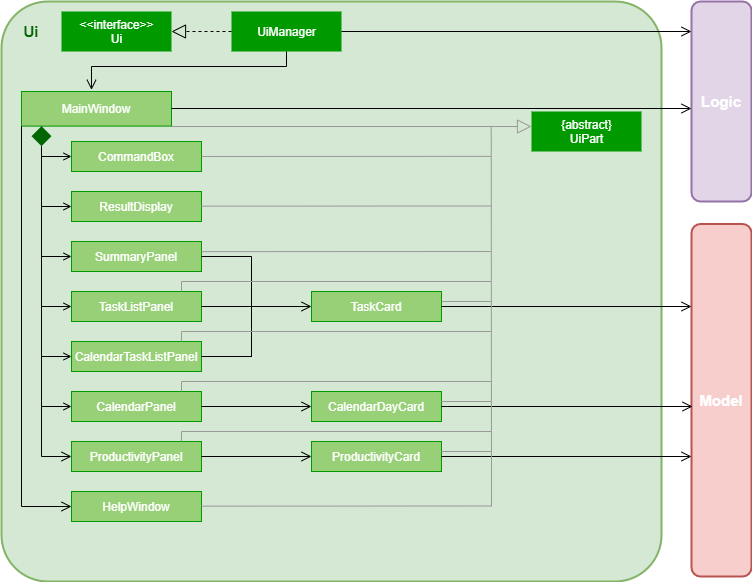
Before: images/UiClassDiagram.png, a diagram exported from draw.io (AY1920S2-CS2103-F09-2/main). Source tidied: cells renumbered, new cells last; positions are measured from the earlier drawing's top-left corner, leaving out a move shared by most shapes.
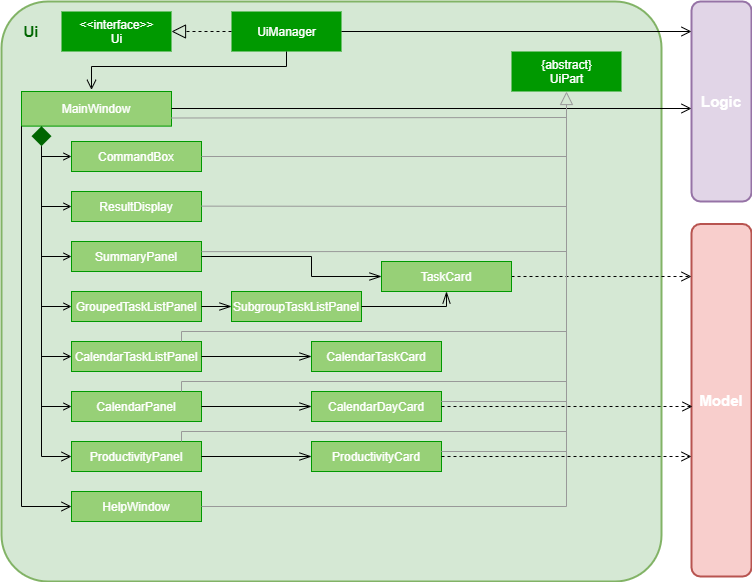
After the change.

The edit, as a diff of the source:
```diff
@@ -102,7 +102,7 @@
     <mxCell id="31" style="rounded=0;whiteSpace=wrap;html=1;strokeWidth=1;fillColor=#97D077;strokeColor=#009900;" parent="30" vertex="1">
       <mxGeometry width="130" height="30" as="geometry" />
     </mxCell>
-    <mxCell id="32" value="&lt;font color=&quot;#ffffff&quot;&gt;TaskListPanel&lt;/font&gt;&lt;span style=&quot;color: rgba(0 , 0 , 0 , 0) ; font-family: monospace ; font-size: 0px ; white-space: nowrap&quot;&gt;%3CmxGraphModel%3E%3Croot%3E%3CmxCell%20id%3D%220%22%2F%3E%3CmxCell%20id%3D%221%22%20parent%3D%220%22%2F%3E%3CmxCell%20id%3D%222%22%20value%3D%22%22%20style%3D%22group%22%20vertex%3D%221%22%20connectable%3D%220%22%20parent%3D%221%22%3E%3CmxGeometry%20x%3D%22160%22%20y%3D%22210%22%20width%3D%22130%22%20height%3D%2230%22%20as%3D%22geometry%22%2F%3E%3C%2FmxCell%3E%3CmxCell%20id%3D%223%22%20value%3D%22%22%20style%3D%22rounded%3D0%3BwhiteSpace%3Dwrap%3Bhtml%3D1%3BstrokeWidth%3D1%3BfillColor%3D%2397D077%3BstrokeColor%3D%23009900%3B%22%20vertex%3D%221%22%20parent%3D%222%22%3E%3CmxGeometry%20width%3D%22130%22%20height%3D%2230%22%20as%3D%22geometry%22%2F%3E%3C%2FmxCell%3E%3CmxCell%20id%3D%224%22%20value%3D%22%26lt%3Bfont%20color%3D%26quot%3B%23ffffff%26quot%3B%26gt%3BCommand%20Box%26lt%3B%2Ffont%26gt%3B%22%20style%3D%22text%3Bhtml%3D1%3BstrokeColor%3Dnone%3BfillColor%3Dnone%3Balign%3Dcenter%3BverticalAlign%3Dmiddle%3BwhiteSpace%3Dwrap%3Brounded%3D0%3B%22%20vertex%3D%221%22%20parent%3D%222%22%3E%3CmxGeometry%20x%3D%2210%22%20y%3D%225%22%20width%3D%22110%22%20height%3D%2220%22%20as%3D%22geometry%22%2F%3E%3C%2FmxCell%3E%3C%2Froot%3E%3C%2FmxGraphModel%3E&lt;/span&gt;" style="text;html=1;strokeColor=none;fillColor=none;align=center;verticalAlign=middle;whiteSpace=wrap;rounded=0;" parent="30" vertex="1">
+    <mxCell id="32" value="&lt;font color=&quot;#ffffff&quot;&gt;GroupedTaskListPanel&lt;/font&gt;&lt;span style=&quot;color: rgba(0 , 0 , 0 , 0) ; font-family: monospace ; font-size: 0px ; white-space: nowrap&quot;&gt;%3CmxGraphModel%3E%3Croot%3E%3CmxCell%20id%3D%220%22%2F%3E%3CmxCell%20id%3D%221%22%20parent%3D%220%22%2F%3E%3CmxCell%20id%3D%222%22%20value%3D%22%22%20style%3D%22group%22%20vertex%3D%221%22%20connectable%3D%220%22%20parent%3D%221%22%3E%3CmxGeometry%20x%3D%22160%22%20y%3D%22210%22%20width%3D%22130%22%20height%3D%2230%22%20as%3D%22geometry%22%2F%3E%3C%2FmxCell%3E%3CmxCell%20id%3D%223%22%20value%3D%22%22%20style%3D%22rounded%3D0%3BwhiteSpace%3Dwrap%3Bhtml%3D1%3BstrokeWidth%3D1%3BfillColor%3D%2397D077%3BstrokeColor%3D%23009900%3B%22%20vertex%3D%221%22%20parent%3D%222%22%3E%3CmxGeometry%20width%3D%22130%22%20height%3D%2230%22%20as%3D%22geometry%22%2F%3E%3C%2FmxCell%3E%3CmxCell%20id%3D%224%22%20value%3D%22%26lt%3Bfont%20color%3D%26quot%3B%23ffffff%26quot%3B%26gt%3BCommand%20Box%26lt%3B%2Ffont%26gt%3B%22%20style%3D%22text%3Bhtml%3D1%3BstrokeColor%3Dnone%3BfillColor%3Dnone%3Balign%3Dcenter%3BverticalAlign%3Dmiddle%3BwhiteSpace%3Dwrap%3Brounded%3D0%3B%22%20vertex%3D%221%22%20parent%3D%222%22%3E%3CmxGeometry%20x%3D%2210%22%20y%3D%225%22%20width%3D%22110%22%20height%3D%2220%22%20as%3D%22geometry%22%2F%3E%3C%2FmxCell%3E%3C%2Froot%3E%3C%2FmxGraphModel%3E&lt;/span&gt;" style="text;html=1;strokeColor=none;fillColor=none;align=center;verticalAlign=middle;whiteSpace=wrap;rounded=0;" parent="30" vertex="1">
       <mxGeometry x="10" y="5" width="110" height="20" as="geometry" />
     </mxCell>
     <mxCell id="33" style="group;" parent="1" vertex="1">
@@ -192,15 +192,6 @@
         <mxPoint x="40" y="405" as="sourcePoint" />
       </mxGeometry>
     </mxCell>
-    <mxCell id="55" style="group;" parent="1" vertex="1">
-      <mxGeometry x="310" y="290" width="130" height="30" as="geometry" />
-    </mxCell>
-    <mxCell id="56" style="rounded=0;whiteSpace=wrap;html=1;strokeWidth=1;fillColor=#97D077;strokeColor=#009900;" parent="55" vertex="1">
-      <mxGeometry width="130" height="30" as="geometry" />
-    </mxCell>
-    <mxCell id="57" value="&lt;font color=&quot;#ffffff&quot;&gt;TaskCard&lt;/font&gt;" style="text;html=1;strokeColor=none;fillColor=none;align=center;verticalAlign=middle;whiteSpace=wrap;rounded=0;" parent="55" vertex="1">
-      <mxGeometry x="10" y="5" width="110" height="20" as="geometry" />
-    </mxCell>
     <mxCell id="58" style="group;" parent="1" vertex="1">
       <mxGeometry x="310" y="390" width="130" height="30" as="geometry" />
     </mxCell>
@@ -219,45 +210,21 @@
     <mxCell id="63" value="&lt;font color=&quot;#ffffff&quot;&gt;ProductivityCard&lt;/font&gt;" style="text;html=1;strokeColor=none;fillColor=none;align=center;verticalAlign=middle;whiteSpace=wrap;rounded=0;" parent="61" vertex="1">
       <mxGeometry x="10" y="5" width="110" height="20" as="geometry" />
     </mxCell>
-    <mxCell id="64" style="edgeStyle=orthogonalEdgeStyle;rounded=0;jettySize=auto;html=1;exitX=1;exitY=0.5;exitDx=0;exitDy=0;endArrow=open;endFill=0;endSize=8;entryX=0;entryY=0.5;entryDx=0;entryDy=0;" parent="1" edge="1" source="28" target="56">
-      <mxGeometry relative="1" as="geometry">
-        <Array as="points">
-          <mxPoint x="250" y="255" />
-          <mxPoint x="250" y="305" />
-        </Array>
-      </mxGeometry>
-    </mxCell>
-    <mxCell id="65" style="endArrow=none;html=1;exitX=1;exitY=0.5;exitDx=0;exitDy=0;" parent="1" edge="1" source="34">
-      <mxGeometry relative="1" as="geometry">
-        <mxPoint x="250" y="355" as="targetPoint" />
-      </mxGeometry>
-    </mxCell>
-    <mxCell id="66" style="endArrow=none;html=1;" parent="1" edge="1">
-      <mxGeometry relative="1" as="geometry">
-        <mxPoint x="250" y="355.5" as="sourcePoint" />
-        <mxPoint x="250" y="300" as="targetPoint" />
-      </mxGeometry>
-    </mxCell>
-    <mxCell id="67" style="endArrow=none;html=1;exitX=1;exitY=0.5;exitDx=0;exitDy=0;" parent="1" edge="1" source="31">
-      <mxGeometry relative="1" as="geometry">
-        <mxPoint x="250" y="305" as="targetPoint" />
-      </mxGeometry>
-    </mxCell>
-    <mxCell id="68" style="edgeStyle=orthogonalEdgeStyle;rounded=0;jettySize=auto;html=1;exitX=1;exitY=0.5;exitDx=0;exitDy=0;entryX=0;entryY=0.5;entryDx=0;entryDy=0;endArrow=open;endFill=0;endSize=8;" parent="1" edge="1" source="37" target="59">
+    <mxCell id="68" style="edgeStyle=orthogonalEdgeStyle;rounded=0;jettySize=auto;html=1;exitX=1;exitY=0.5;exitDx=0;exitDy=0;entryX=0;entryY=0.5;entryDx=0;entryDy=0;endArrow=openThin;endFill=0;endSize=10;" parent="1" edge="1" source="37" target="59">
       <mxGeometry relative="1" as="geometry" />
     </mxCell>
-    <mxCell id="69" style="edgeStyle=orthogonalEdgeStyle;rounded=0;jettySize=auto;html=1;exitX=1;exitY=0.5;exitDx=0;exitDy=0;entryX=0;entryY=0.5;entryDx=0;entryDy=0;endArrow=open;endFill=0;endSize=8;" parent="1" edge="1" source="40" target="62">
+    <mxCell id="69" style="edgeStyle=orthogonalEdgeStyle;rounded=0;jettySize=auto;html=1;exitX=1;exitY=0.5;exitDx=0;exitDy=0;entryX=0;entryY=0.5;entryDx=0;entryDy=0;endArrow=openThin;endFill=0;endSize=10;" parent="1" edge="1" source="40" target="62">
       <mxGeometry relative="1" as="geometry" />
     </mxCell>
-    <mxCell id="70" style="edgeStyle=orthogonalEdgeStyle;rounded=0;jettySize=auto;html=1;exitX=1;exitY=0.5;exitDx=0;exitDy=0;endArrow=open;endFill=0;endSize=8;" parent="1" edge="1" source="56">
+    <mxCell id="70" style="edgeStyle=orthogonalEdgeStyle;rounded=0;jettySize=auto;html=1;exitX=1;exitY=0.5;exitDx=0;exitDy=0;endArrow=open;endFill=0;endSize=8;dashed=1;" parent="1" edge="1" source="56">
       <mxGeometry relative="1" as="geometry">
-        <mxPoint x="690" y="305" as="targetPoint" />
+        <mxPoint x="690" y="275" as="targetPoint" />
         <Array as="points">
-          <mxPoint x="690" y="305" />
+          <mxPoint x="690" y="275" />
         </Array>
       </mxGeometry>
     </mxCell>
-    <mxCell id="71" style="edgeStyle=orthogonalEdgeStyle;rounded=0;jettySize=auto;html=1;exitX=1;exitY=0.5;exitDx=0;exitDy=0;endArrow=open;endFill=0;endSize=8;" parent="1" edge="1" source="59">
+    <mxCell id="71" style="edgeStyle=orthogonalEdgeStyle;rounded=0;jettySize=auto;html=1;exitX=1;exitY=0.5;exitDx=0;exitDy=0;endArrow=open;endFill=0;endSize=8;dashed=1;" parent="1" edge="1" source="59">
       <mxGeometry relative="1" as="geometry">
         <mxPoint x="691" y="405" as="targetPoint" />
         <Array as="points">
@@ -265,7 +232,7 @@
         </Array>
       </mxGeometry>
     </mxCell>
-    <mxCell id="72" style="edgeStyle=orthogonalEdgeStyle;rounded=0;jettySize=auto;html=1;exitX=1;exitY=0.5;exitDx=0;exitDy=0;endArrow=open;endFill=0;endSize=8;" parent="1" edge="1" source="62">
+    <mxCell id="72" style="edgeStyle=orthogonalEdgeStyle;rounded=0;jettySize=auto;html=1;exitX=1;exitY=0.5;exitDx=0;exitDy=0;endArrow=open;endFill=0;endSize=8;dashed=1;" parent="1" edge="1" source="62">
       <mxGeometry relative="1" as="geometry">
         <mxPoint x="690" y="455" as="targetPoint" />
         <Array as="points">
@@ -274,7 +241,7 @@
       </mxGeometry>
     </mxCell>
     <mxCell id="73" style="group;" parent="1" vertex="1">
-      <mxGeometry x="530" y="110" width="120" height="40" as="geometry" />
+      <mxGeometry x="510" y="50" width="120" height="40" as="geometry" />
     </mxCell>
     <mxCell id="74" style="rounded=0;whiteSpace=wrap;html=1;strokeWidth=2;strokeColor=none;fillColor=#009900;" parent="73" vertex="1">
       <mxGeometry width="110" height="40" as="geometry" />
@@ -282,57 +249,42 @@
     <mxCell id="75" value="&lt;font color=&quot;#ffffff&quot;&gt;{abstract}&lt;br&gt;UiPart&lt;/font&gt;" style="text;html=1;strokeColor=none;fillColor=none;align=center;verticalAlign=middle;whiteSpace=wrap;rounded=0;" parent="73" vertex="1">
       <mxGeometry x="12.5" y="10" width="85" height="20" as="geometry" />
     </mxCell>
-    <mxCell id="76" style="edgeStyle=orthogonalEdgeStyle;rounded=0;jettySize=auto;html=1;exitX=1;exitY=1;exitDx=0;exitDy=0;endArrow=block;endFill=0;endSize=12;strokeColor=#999999;" parent="1" edge="1" source="19">
-      <mxGeometry relative="1" as="geometry">
-        <mxPoint x="530" y="125" as="targetPoint" />
-        <Array as="points">
-          <mxPoint x="530" y="125" />
-        </Array>
-      </mxGeometry>
-    </mxCell>
-    <mxCell id="77" style="endArrow=none;html=1;exitX=1;exitY=0.5;exitDx=0;exitDy=0;entryX=0.742;entryY=0.267;entryDx=0;entryDy=0;entryPerimeter=0;strokeColor=#999999;" parent="1" edge="1" source="22" target="2">
-      <mxGeometry relative="1" as="geometry" />
+    <mxCell id="77" style="endArrow=none;html=1;exitX=1;exitY=0.5;exitDx=0;exitDy=0;strokeColor=#999999;" parent="1" edge="1" source="22">
+      <mxGeometry relative="1" as="geometry">
+        <mxPoint x="565.5" y="155" as="targetPoint" />
+      </mxGeometry>
     </mxCell>
-    <mxCell id="78" style="endArrow=none;html=1;exitX=1;exitY=0.5;exitDx=0;exitDy=0;entryX=0.742;entryY=0.267;entryDx=0;entryDy=0;entryPerimeter=0;strokeColor=#999999;" parent="1" edge="1">
+    <mxCell id="78" style="endArrow=none;html=1;exitX=1;exitY=0.5;exitDx=0;exitDy=0;strokeColor=#999999;" parent="1" edge="1">
       <mxGeometry relative="1" as="geometry">
         <mxPoint x="200" y="204.6" as="sourcePoint" />
-        <mxPoint x="489.7" y="204.5" as="targetPoint" />
+        <mxPoint x="565.5" y="205" as="targetPoint" />
       </mxGeometry>
     </mxCell>
-    <mxCell id="79" style="endArrow=none;html=1;exitX=1;exitY=0.5;exitDx=0;exitDy=0;entryX=0.742;entryY=0.267;entryDx=0;entryDy=0;entryPerimeter=0;strokeColor=#999999;" parent="1" edge="1">
+    <mxCell id="79" style="endArrow=none;html=1;exitX=1;exitY=0.5;exitDx=0;exitDy=0;strokeColor=#999999;" parent="1" edge="1">
       <mxGeometry relative="1" as="geometry">
         <mxPoint x="200" y="250.1" as="sourcePoint" />
-        <mxPoint x="489.7" y="250" as="targetPoint" />
+        <mxPoint x="565.5" y="250" as="targetPoint" />
       </mxGeometry>
     </mxCell>
     <mxCell id="80" style="group;fontColor=#999999;" parent="1" vertex="1">
-      <mxGeometry x="180" y="280" width="309.7" height="10" as="geometry" />
+      <mxGeometry x="120" y="280" width="309.7" height="10" as="geometry" />
     </mxCell>
-    <mxCell id="81" style="endArrow=none;html=1;entryX=0.742;entryY=0.267;entryDx=0;entryDy=0;entryPerimeter=0;strokeColor=#999999;" parent="80" edge="1">
-      <mxGeometry relative="1" as="geometry">
-        <mxPoint as="sourcePoint" />
-        <mxPoint x="309.7" as="targetPoint" />
-      </mxGeometry>
-    </mxCell>
-    <mxCell id="82" style="endArrow=none;html=1;strokeColor=#999999;" parent="80" edge="1">
-      <mxGeometry relative="1" as="geometry">
-        <mxPoint y="10" as="sourcePoint" />
-        <mxPoint as="targetPoint" />
-      </mxGeometry>
-    </mxCell>
-    <mxCell id="83" style="endArrow=none;html=1;exitX=1;exitY=0.5;exitDx=0;exitDy=0;entryX=0.742;entryY=0.267;entryDx=0;entryDy=0;entryPerimeter=0;strokeColor=#999999;" parent="1" edge="1">
-      <mxGeometry relative="1" as="geometry">
-        <mxPoint x="200" y="504.6" as="sourcePoint" />
-        <mxPoint x="489.7" y="504.5" as="targetPoint" />
-      </mxGeometry>
-    </mxCell>
+    <mxCell id="55" style="group;" parent="80" vertex="1">
+      <mxGeometry x="260" y="-20" width="130" height="30" as="geometry" />
+    </mxCell>
+    <mxCell id="56" style="rounded=0;whiteSpace=wrap;html=1;strokeWidth=1;fillColor=#97D077;strokeColor=#009900;" parent="55" vertex="1">
+      <mxGeometry width="130" height="30" as="geometry" />
+    </mxCell>
+    <mxCell id="57" value="&lt;font color=&quot;#ffffff&quot;&gt;TaskCard&lt;/font&gt;" style="text;html=1;strokeColor=none;fillColor=none;align=center;verticalAlign=middle;whiteSpace=wrap;rounded=0;" parent="55" vertex="1">
+      <mxGeometry x="10" y="5" width="110" height="20" as="geometry" />
+    </mxCell>
     <mxCell id="84" style="group;fontColor=#999999;" parent="1" vertex="1">
       <mxGeometry x="180" y="330" width="309.7" height="10" as="geometry" />
     </mxCell>
-    <mxCell id="85" style="endArrow=none;html=1;entryX=0.742;entryY=0.267;entryDx=0;entryDy=0;entryPerimeter=0;strokeColor=#999999;" parent="84" edge="1">
+    <mxCell id="85" style="endArrow=none;html=1;strokeColor=#999999;" parent="84" edge="1">
       <mxGeometry relative="1" as="geometry">
         <mxPoint as="sourcePoint" />
-        <mxPoint x="309.7" as="targetPoint" />
+        <mxPoint x="385.5" as="targetPoint" />
       </mxGeometry>
     </mxCell>
     <mxCell id="86" style="endArrow=none;html=1;strokeColor=#999999;" parent="84" edge="1">
@@ -344,10 +296,10 @@
     <mxCell id="87" style="group;fontColor=#999999;" parent="1" vertex="1">
       <mxGeometry x="180" y="380" width="309.7" height="10" as="geometry" />
     </mxCell>
-    <mxCell id="88" style="endArrow=none;html=1;entryX=0.742;entryY=0.267;entryDx=0;entryDy=0;entryPerimeter=0;strokeColor=#999999;" parent="87" edge="1">
+    <mxCell id="88" style="endArrow=none;html=1;strokeColor=#999999;" parent="87" edge="1">
       <mxGeometry relative="1" as="geometry">
         <mxPoint as="sourcePoint" />
-        <mxPoint x="309.7" as="targetPoint" />
+        <mxPoint x="385.5" as="targetPoint" />
       </mxGeometry>
     </mxCell>
     <mxCell id="89" style="endArrow=none;html=1;strokeColor=#999999;" parent="87" edge="1">
@@ -359,16 +311,16 @@
     <mxCell id="90" style="endArrow=none;html=1;strokeColor=#999999;fontColor=#999999;" parent="87" edge="1">
       <mxGeometry relative="1" as="geometry">
         <mxPoint x="259.7" y="20" as="sourcePoint" />
-        <mxPoint x="309.7" y="20" as="targetPoint" />
+        <mxPoint x="385.5" y="20" as="targetPoint" />
       </mxGeometry>
     </mxCell>
     <mxCell id="91" style="group;fontColor=#999999;" parent="1" vertex="1">
       <mxGeometry x="180" y="430" width="309.7" height="10" as="geometry" />
     </mxCell>
-    <mxCell id="92" style="endArrow=none;html=1;entryX=0.742;entryY=0.267;entryDx=0;entryDy=0;entryPerimeter=0;strokeColor=#999999;" parent="91" edge="1">
+    <mxCell id="92" style="endArrow=none;html=1;strokeColor=#999999;" parent="91" edge="1">
       <mxGeometry relative="1" as="geometry">
         <mxPoint as="sourcePoint" />
-        <mxPoint x="309.7" as="targetPoint" />
+        <mxPoint x="385.5" as="targetPoint" />
       </mxGeometry>
     </mxCell>
     <mxCell id="93" style="endArrow=none;html=1;strokeColor=#999999;" parent="91" edge="1">
@@ -380,20 +332,60 @@
     <mxCell id="94" style="endArrow=none;html=1;strokeColor=#999999;fontColor=#999999;" parent="91" edge="1">
       <mxGeometry relative="1" as="geometry">
         <mxPoint x="259.7" y="20" as="sourcePoint" />
-        <mxPoint x="309.7" y="20" as="targetPoint" />
+        <mxPoint x="385.5" y="20" as="targetPoint" />
       </mxGeometry>
     </mxCell>
-    <mxCell id="95" style="endArrow=none;html=1;strokeColor=#999999;fontColor=#999999;" parent="1" edge="1">
-      <mxGeometry relative="1" as="geometry">
-        <mxPoint x="440" y="300" as="sourcePoint" />
-        <mxPoint x="490" y="300" as="targetPoint" />
-      </mxGeometry>
-    </mxCell>
-    <mxCell id="96" style="endArrow=none;html=1;strokeColor=#999999;fontColor=#999999;" parent="1" edge="1">
-      <mxGeometry relative="1" as="geometry">
-        <mxPoint x="490" y="505" as="sourcePoint" />
-        <mxPoint x="489.7" y="124.5" as="targetPoint" />
-      </mxGeometry>
-    </mxCell>
+    <mxCell id="97" style="group;fontColor=#999999;" parent="1" vertex="1">
+      <mxGeometry x="50" y="360" width="309.7" height="10" as="geometry" />
+    </mxCell>
+    <mxCell id="98" style="group;" parent="97" vertex="1">
+      <mxGeometry x="260" y="-20" width="130" height="30" as="geometry" />
+    </mxCell>
+    <mxCell id="99" style="rounded=0;whiteSpace=wrap;html=1;strokeWidth=1;fillColor=#97D077;strokeColor=#009900;" parent="98" vertex="1">
+      <mxGeometry width="130" height="30" as="geometry" />
+    </mxCell>
+    <mxCell id="100" value="&lt;font color=&quot;#ffffff&quot;&gt;CalendarTaskCard&lt;/font&gt;" style="text;html=1;strokeColor=none;fillColor=none;align=center;verticalAlign=middle;whiteSpace=wrap;rounded=0;" parent="98" vertex="1">
+      <mxGeometry x="10" y="5" width="110" height="20" as="geometry" />
+    </mxCell>
+    <mxCell id="101" style="edgeStyle=orthogonalEdgeStyle;rounded=0;jettySize=auto;html=1;exitX=1;exitY=0.5;exitDx=0;exitDy=0;entryX=0;entryY=0.5;entryDx=0;entryDy=0;endArrow=openThin;endFill=0;endSize=10;strokeColor=#000000;fontColor=#999999;" parent="1" edge="1" source="34" target="99">
+      <mxGeometry relative="1" as="geometry" />
+    </mxCell>
+    <mxCell id="102" style="group;" parent="1" vertex="1">
+      <mxGeometry x="230" y="290" width="130" height="30" as="geometry" />
+    </mxCell>
+    <mxCell id="103" style="rounded=0;whiteSpace=wrap;html=1;strokeWidth=1;fillColor=#97D077;strokeColor=#009900;" parent="102" vertex="1">
+      <mxGeometry width="130" height="30" as="geometry" />
+    </mxCell>
+    <mxCell id="104" value="&lt;font color=&quot;#ffffff&quot;&gt;SubgroupTaskListPanel&lt;/font&gt;&lt;span style=&quot;color: rgba(0 , 0 , 0 , 0) ; font-family: monospace ; font-size: 0px ; white-space: nowrap&quot;&gt;%3CmxGraphModel%3E%3Croot%3E%3CmxCell%20id%3D%220%22%2F%3E%3CmxCell%20id%3D%221%22%20parent%3D%220%22%2F%3E%3CmxCell%20id%3D%222%22%20value%3D%22%22%20style%3D%22group%22%20vertex%3D%221%22%20connectable%3D%220%22%20parent%3D%221%22%3E%3CmxGeometry%20x%3D%22160%22%20y%3D%22210%22%20width%3D%22130%22%20height%3D%2230%22%20as%3D%22geometry%22%2F%3E%3C%2FmxCell%3E%3CmxCell%20id%3D%223%22%20value%3D%22%22%20style%3D%22rounded%3D0%3BwhiteSpace%3Dwrap%3Bhtml%3D1%3BstrokeWidth%3D1%3BfillColor%3D%2397D077%3BstrokeColor%3D%23009900%3B%22%20vertex%3D%221%22%20parent%3D%222%22%3E%3CmxGeometry%20width%3D%22130%22%20height%3D%2230%22%20as%3D%22geometry%22%2F%3E%3C%2FmxCell%3E%3CmxCell%20id%3D%224%22%20value%3D%22%26lt%3Bfont%20color%3D%26quot%3B%23ffffff%26quot%3B%26gt%3BCommand%20Box%26lt%3B%2Ffont%26gt%3B%22%20style%3D%22text%3Bhtml%3D1%3BstrokeColor%3Dnone%3BfillColor%3Dnone%3Balign%3Dcenter%3BverticalAlign%3Dmiddle%3BwhiteSpace%3Dwrap%3Brounded%3D0%3B%22%20vertex%3D%221%22%20parent%3D%222%22%3E%3CmxGeometry%20x%3D%2210%22%20y%3D%225%22%20width%3D%22110%22%20height%3D%2220%22%20as%3D%22geometry%22%2F%3E%3C%2FmxCell%3E%3C%2Froot%3E%3C%2FmxGraphModel%3E&lt;/span&gt;" style="text;html=1;strokeColor=none;fillColor=none;align=center;verticalAlign=middle;whiteSpace=wrap;rounded=0;" parent="102" vertex="1">
+      <mxGeometry x="10" y="5" width="110" height="20" as="geometry" />
+    </mxCell>
+    <mxCell id="105" style="edgeStyle=orthogonalEdgeStyle;rounded=0;jettySize=auto;html=1;exitX=1;exitY=0.5;exitDx=0;exitDy=0;entryX=0;entryY=0.5;entryDx=0;entryDy=0;endArrow=openThin;endFill=0;endSize=10;strokeColor=#000000;fontColor=#999999;" parent="1" edge="1" source="31" target="103">
+      <mxGeometry relative="1" as="geometry" />
+    </mxCell>
+    <mxCell id="64" style="edgeStyle=orthogonalEdgeStyle;rounded=0;jettySize=auto;html=1;exitX=1;exitY=0.5;exitDx=0;exitDy=0;entryX=0;entryY=0.5;entryDx=0;entryDy=0;endArrow=openThin;endFill=0;endSize=10;strokeColor=#000000;fontColor=#999999;" parent="1" edge="1" source="28" target="56">
+      <mxGeometry relative="1" as="geometry">
+        <Array as="points">
+          <mxPoint x="310" y="255" />
+          <mxPoint x="310" y="275" />
+        </Array>
+      </mxGeometry>
+    </mxCell>
+    <mxCell id="106" style="edgeStyle=orthogonalEdgeStyle;rounded=0;jettySize=auto;html=1;exitX=1;exitY=0.5;exitDx=0;exitDy=0;endArrow=openThin;endFill=0;endSize=10;strokeColor=#000000;fontColor=#999999;" parent="1" edge="1" source="103">
+      <mxGeometry relative="1" as="geometry">
+        <mxPoint x="445" y="290" as="targetPoint" />
+        <Array as="points">
+          <mxPoint x="445" y="305" />
+        </Array>
+      </mxGeometry>
+    </mxCell>
+    <mxCell id="107" style="endArrow=none;html=1;exitX=1;exitY=0.5;exitDx=0;exitDy=0;strokeColor=#999999;" parent="1" edge="1">
+      <mxGeometry relative="1" as="geometry">
+        <mxPoint x="170" y="116.5" as="sourcePoint" />
+        <mxPoint x="565.5" y="116" as="targetPoint" />
+      </mxGeometry>
+    </mxCell>
+    <mxCell id="108" style="edgeStyle=orthogonalEdgeStyle;rounded=0;jettySize=auto;html=1;exitX=1;exitY=0.5;exitDx=0;exitDy=0;entryX=0.5;entryY=1;entryDx=0;entryDy=0;endArrow=block;endFill=0;endSize=11;strokeColor=#999999;fontColor=#999999;" parent="1" edge="1" source="43" target="74">
+      <mxGeometry relative="1" as="geometry" />
+    </mxCell>
   </root>
 </mxGraphModel>
```
